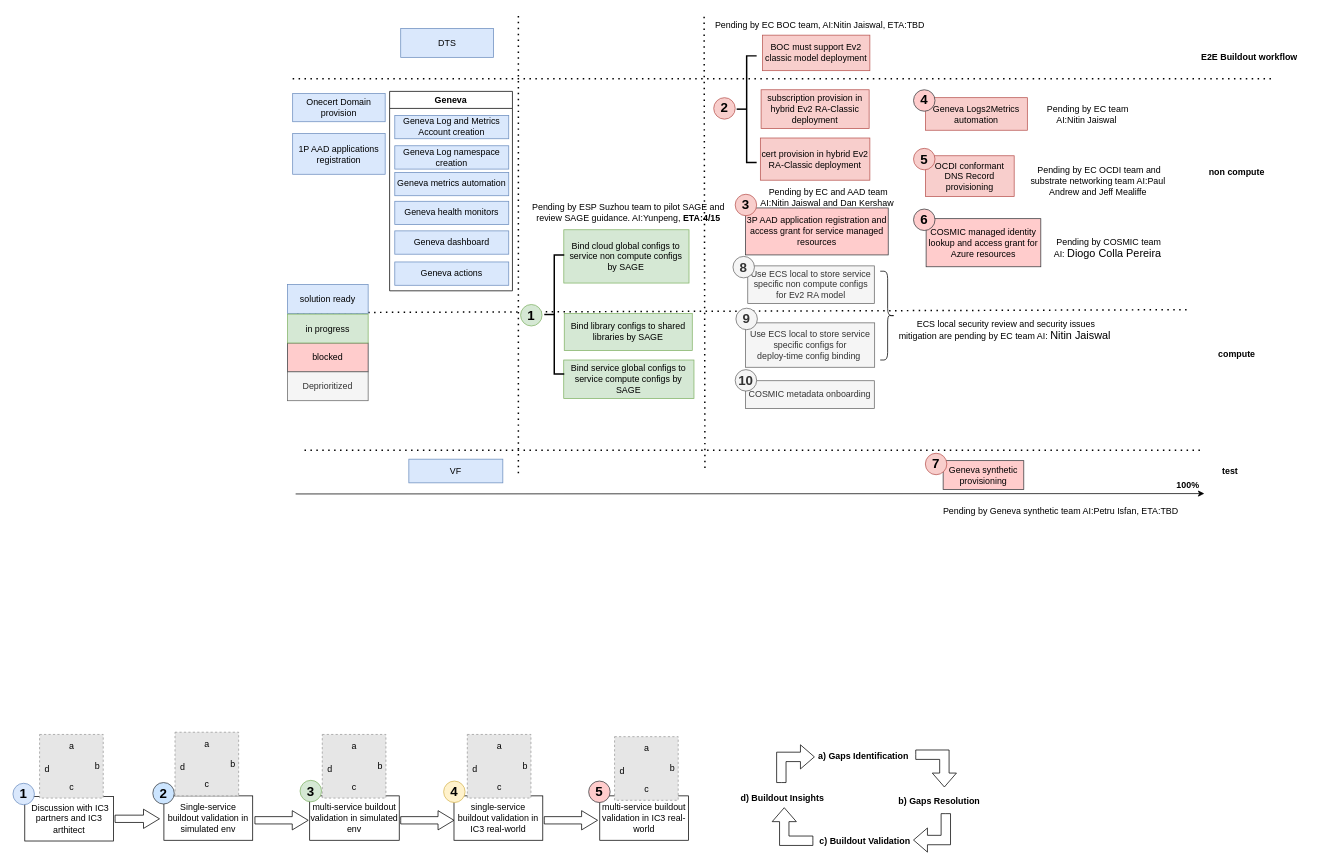
Earlier version of the draw.io diagram page "automation status overview" (9 of 10) of buildout.drawio (nonly/timewheel). Source tidied: cells renumbered, new cells numbered last; positions are measured from the earlier drawing's top-left corner, leaving out a move shared by most shapes. Both pictures are drawn from the tidied source at 74%, with x=0, y=0 at pixel (13, 13). Pictures stored in the file or linked from it are replaced by grey dashed boxes.
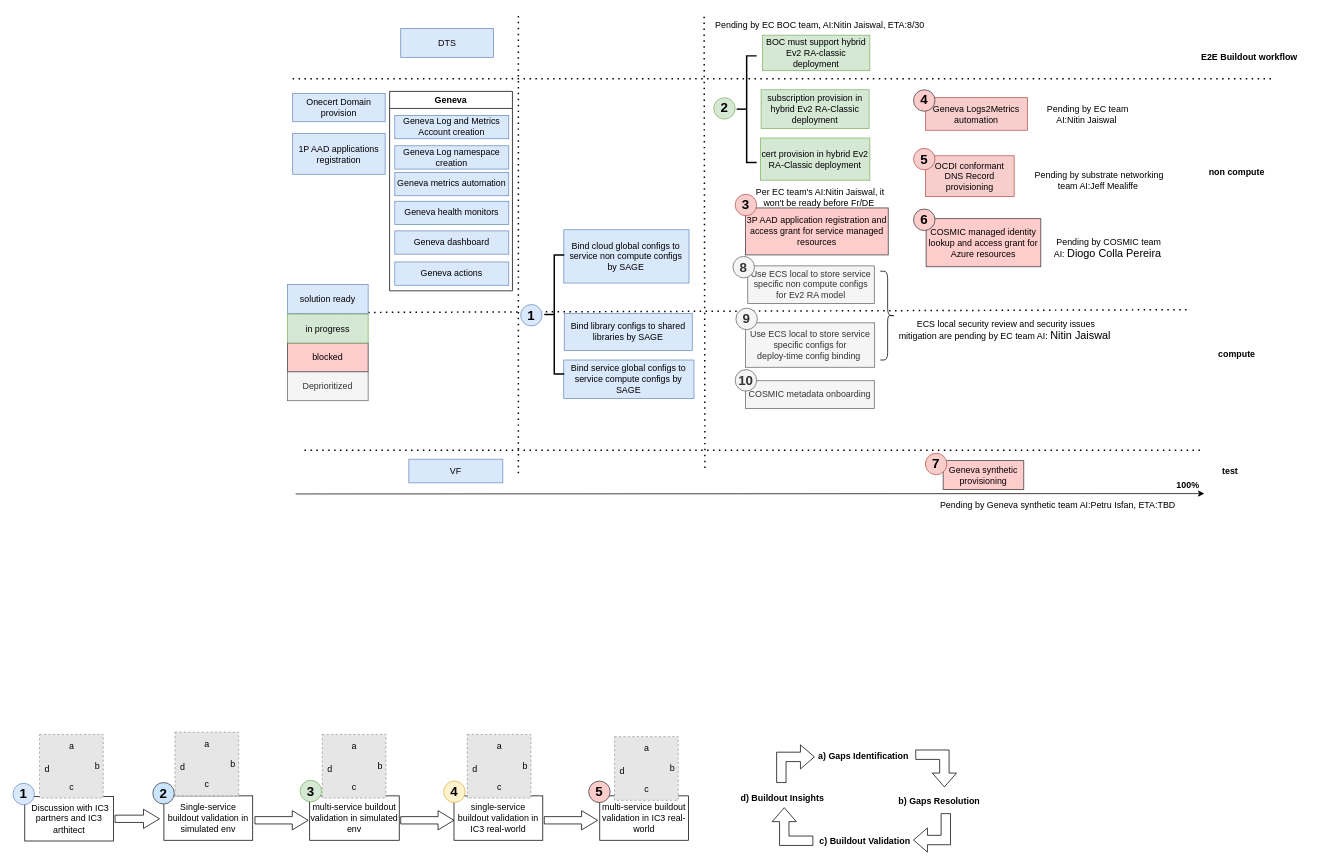
After the change.

What changed in the source:
```diff
@@
-    <mxCell id="7" value="subscription provision in hybrid Ev2 RA-Classic deployment" style="rounded=0;whiteSpace=wrap;html=1;fillColor=#f8cecc;strokeColor=#b85450;" parent="1" vertex="1">
+    <mxCell id="7" value="subscription provision in hybrid Ev2 RA-Classic deployment" style="rounded=0;whiteSpace=wrap;html=1;fillColor=#d5e8d4;strokeColor=#82b366;" parent="1" vertex="1">
       <mxGeometry x="1011" y="102.8" width="146" height="52.5" as="geometry" />
     </mxCell>
-    <mxCell id="8" value="cert provision in hybrid Ev2 RA-Classic deployment" style="rounded=0;whiteSpace=wrap;html=1;fillColor=#f8cecc;strokeColor=#b85450;" parent="1" vertex="1">
+    <mxCell id="8" value="cert provision in hybrid Ev2 RA-Classic deployment" style="rounded=0;whiteSpace=wrap;html=1;fillColor=#d5e8d4;strokeColor=#82b366;" parent="1" vertex="1">
       <mxGeometry x="1010" y="168" width="148" height="57" as="geometry" />
     </mxCell>
-    <mxCell id="9" value="Bind service global configs to service compute configs by SAGE" style="rounded=0;whiteSpace=wrap;html=1;fillColor=#d5e8d4;strokeColor=#82b366;" parent="1" vertex="1">
+    <mxCell id="9" value="Bind service global configs to service compute configs by SAGE" style="rounded=0;whiteSpace=wrap;html=1;fillColor=#dae8fc;strokeColor=#6c8ebf;" parent="1" vertex="1">
       <mxGeometry x="744.3" y="468" width="176" height="52" as="geometry" />
     </mxCell>
-    <mxCell id="10" value="Bind library configs to shared libraries by SAGE" style="rounded=0;whiteSpace=wrap;html=1;fillColor=#d5e8d4;strokeColor=#82b366;" parent="1" vertex="1">
+    <mxCell id="10" value="Bind library configs to shared libraries by SAGE" style="rounded=0;whiteSpace=wrap;html=1;fillColor=#dae8fc;strokeColor=#6c8ebf;" parent="1" vertex="1">
       <mxGeometry x="745" y="405.2" width="173" height="50" as="geometry" />
     </mxCell>
@@
-    <mxCell id="15" value="&amp;nbsp;&lt;span style=&quot;background-color: initial;&quot;&gt;&lt;br&gt;Pending by ESP Suzhou team to pilot SAGE and review SAGE guidance. AI:Yunpeng, &lt;b&gt;ETA:4/15&lt;/b&gt;&lt;/span&gt;" style="text;html=1;align=center;verticalAlign=middle;whiteSpace=wrap;rounded=0;" parent="1" vertex="1">
-      <mxGeometry x="687.3" y="247" width="290" height="30" as="geometry" />
-    </mxCell>
@@
-    <mxCell id="30" value="Bind cloud global configs to service non compute configs by SAGE" style="rounded=0;whiteSpace=wrap;html=1;fillColor=#d5e8d4;strokeColor=#82b366;" parent="1" vertex="1">
+    <mxCell id="30" value="Bind cloud global configs to service non compute configs by SAGE" style="rounded=0;whiteSpace=wrap;html=1;fillColor=#dae8fc;strokeColor=#6c8ebf;" parent="1" vertex="1">
       <mxGeometry x="744.4" y="292" width="169.2" height="72" as="geometry" />
     </mxCell>
@@
-    <mxCell id="32" value="BOC must support Ev2 classic model deployment" style="rounded=0;whiteSpace=wrap;html=1;fillColor=#f8cecc;strokeColor=#b85450;" parent="1" vertex="1">
+    <mxCell id="32" value="BOC must support hybrid Ev2 RA-classic deployment" style="rounded=0;whiteSpace=wrap;html=1;fillColor=#d5e8d4;strokeColor=#82b366;" parent="1" vertex="1">
       <mxGeometry x="1013" y="29" width="145" height="48" as="geometry" />
     </mxCell>
-    <mxCell id="33" value="&lt;font size=&quot;1&quot; style=&quot;&quot;&gt;&lt;b style=&quot;font-size: 18px;&quot;&gt;1&lt;/b&gt;&lt;/font&gt;" style="ellipse;whiteSpace=wrap;html=1;strokeWidth=1;fillColor=#d5e8d4;strokeColor=#82b366;" parent="1" vertex="1">
+    <mxCell id="33" value="&lt;font size=&quot;1&quot; style=&quot;&quot;&gt;&lt;b style=&quot;font-size: 18px;&quot;&gt;1&lt;/b&gt;&lt;/font&gt;" style="ellipse;whiteSpace=wrap;html=1;strokeWidth=1;fillColor=#dae8fc;strokeColor=#6c8ebf;" parent="1" vertex="1">
       <mxGeometry x="686" y="393" width="29" height="29" as="geometry" />
     </mxCell>
@@
-    <mxCell id="36" value="&lt;font size=&quot;1&quot; style=&quot;&quot;&gt;&lt;b style=&quot;font-size: 18px;&quot;&gt;2&lt;/b&gt;&lt;/font&gt;" style="ellipse;whiteSpace=wrap;html=1;strokeWidth=1;fillColor=#f8cecc;strokeColor=#b85450;" parent="1" vertex="1">
+    <mxCell id="36" value="&lt;font size=&quot;1&quot; style=&quot;&quot;&gt;&lt;b style=&quot;font-size: 18px;&quot;&gt;2&lt;/b&gt;&lt;/font&gt;" style="ellipse;whiteSpace=wrap;html=1;strokeWidth=1;fillColor=#d5e8d4;strokeColor=#82b366;" parent="1" vertex="1">
       <mxGeometry x="947" y="113.5" width="29" height="29" as="geometry" />
     </mxCell>
-    <mxCell id="37" value="&amp;nbsp;Pending by EC BOC team, AI:Nitin Jaiswal, ETA:TBD" style="text;html=1;align=center;verticalAlign=middle;whiteSpace=wrap;rounded=0;" parent="1" vertex="1">
+    <mxCell id="37" value="&amp;nbsp;Pending by EC BOC team, AI:Nitin Jaiswal, ETA:8/30" style="text;html=1;align=center;verticalAlign=middle;whiteSpace=wrap;rounded=0;" parent="1" vertex="1">
       <mxGeometry x="905" y="1" width="368" height="30" as="geometry" />
     </mxCell>
@@
     <mxCell id="41" value="&lt;font style=&quot;font-size: 12px;&quot;&gt;&amp;nbsp;Pending by Geneva synthetic team AI:Petru Isfan, ETA:TBD&lt;/font&gt;" style="text;html=1;align=center;verticalAlign=middle;whiteSpace=wrap;rounded=0;" parent="1" vertex="1">
-      <mxGeometry x="1224" y="657" width="381" height="30" as="geometry" />
+      <mxGeometry x="1220" y="649" width="381" height="30" as="geometry" />
     </mxCell>
@@
-    <mxCell id="43" value="&lt;font style=&quot;font-size: 12px;&quot;&gt;&amp;nbsp;Pending by EC OCDI team and substrate networking team AI:Paul Andrew and&amp;nbsp;Jeff Mealiffe&lt;/font&gt;" style="text;html=1;align=center;verticalAlign=middle;whiteSpace=wrap;rounded=0;" parent="1" vertex="1">
+    <mxCell id="43" value="&lt;font style=&quot;font-size: 12px;&quot;&gt;&amp;nbsp;Pending by substrate networking team AI:Jeff Mealiffe&lt;/font&gt;" style="text;html=1;align=center;verticalAlign=middle;whiteSpace=wrap;rounded=0;" parent="1" vertex="1">
       <mxGeometry x="1364" y="211" width="205" height="30" as="geometry" />
     </mxCell>
@@
-    <mxCell id="105" value="&lt;font style=&quot;font-size: 12px;&quot;&gt;&amp;nbsp;Pending by EC and AAD team AI:Nitin Jaiswal and Dan Kershaw&lt;/font&gt;" style="text;html=1;align=center;verticalAlign=middle;whiteSpace=wrap;rounded=0;" parent="1" vertex="1">
-      <mxGeometry x="1000" y="232.5" width="201" height="30" as="geometry" />
+    <mxCell id="105" value="&lt;font style=&quot;font-size: 12px;&quot;&gt;&amp;nbsp;Per EC team's AI:Nitin Jaiswal, it won't be ready before Fr/DE&lt;/font&gt;" style="text;html=1;align=center;verticalAlign=middle;whiteSpace=wrap;rounded=0;" parent="1" vertex="1">
+      <mxGeometry x="988.5" y="232.5" width="201" height="30" as="geometry" />
     </mxCell>
```
